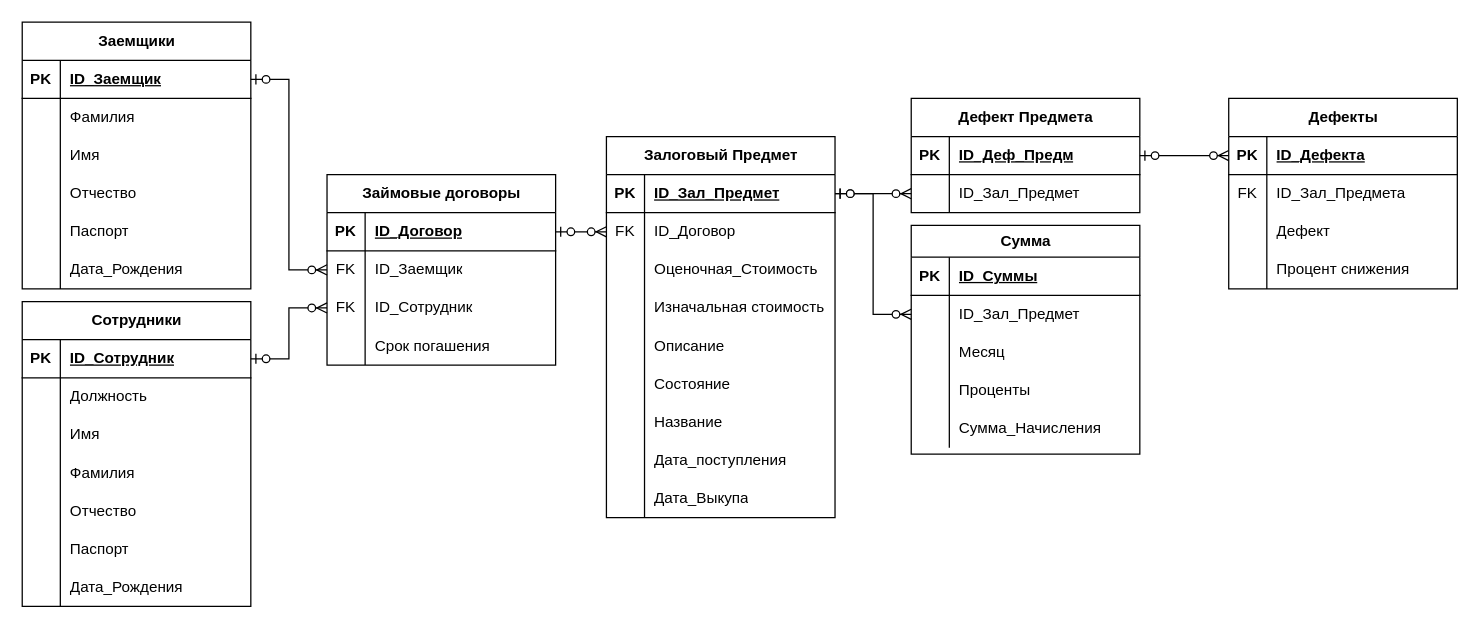
This is bsbd.drawio from 1DeMeNToR1/RocketModUpdater_32, a draw.io file, before an edit. Source tidied: cells renumbered, new cells numbered last; positions are measured from the earlier drawing's top-left corner, leaving out a move shared by most shapes. Both pictures are drawn from the tidied source at 127%, with x=0, y=0 at pixel (22, 22).
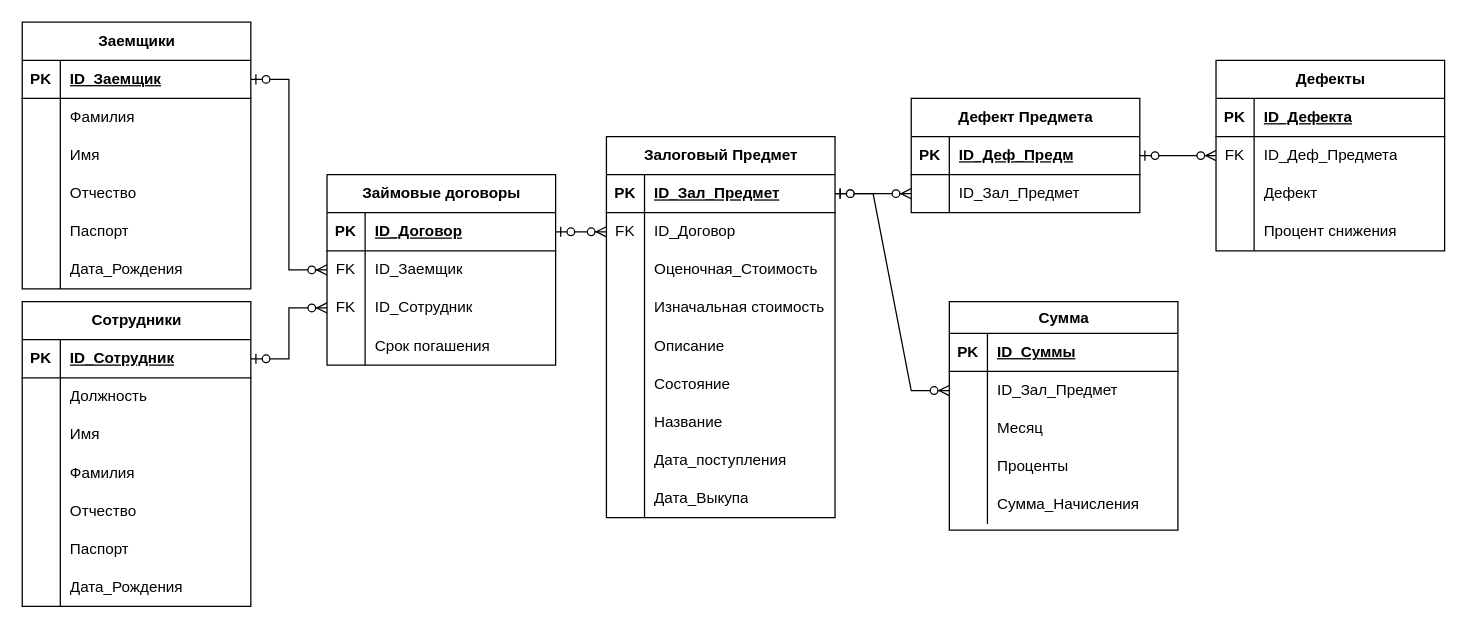
The same diagram, later.

Unchanged cells that the change refers to:
```xml
<mxCell id="87" style="shape=tableRow;horizontal=0;startSize=0;swimlaneHead=0;swimlaneBody=0;fillColor=none;points=[[0,0.5],[1,0.5]];portConstraint=eastwest;top=0;left=0;right=0;bottom=1;" parent="86" vertex="1">
  <mxGeometry y="30" width="180" height="30" as="geometry" />
</mxCell>
<mxCell id="111" style="shape=tableRow;horizontal=0;startSize=0;swimlaneHead=0;swimlaneBody=0;fillColor=none;points=[[0,0.5],[1,0.5]];portConstraint=eastwest;top=0;left=0;right=0;bottom=1;" parent="110" vertex="1">
  <mxGeometry y="30" width="180" height="30" as="geometry" />
</mxCell>
<mxCell id="114" style="shape=tableRow;horizontal=0;startSize=0;swimlaneHead=0;swimlaneBody=0;fillColor=none;points=[[0,0.5],[1,0.5]];portConstraint=eastwest;top=0;left=0;right=0;bottom=0;" parent="110" vertex="1">
  <mxGeometry y="60" width="180" height="30" as="geometry" />
</mxCell>
```

What changed in the source:
```diff
@@
     <mxCell id="93" value="Сумма" style="shape=table;startSize=25;childLayout=tableLayout;rowLines=0;fontStyle=1;align=center;html=1;" parent="1" vertex="1">
-      <mxGeometry x="700" y="160" width="180" height="180" as="geometry" />
+      <mxGeometry x="730" y="220" width="180" height="180" as="geometry" />
     </mxCell>
@@
     <mxCell id="110" value="Дефекты" style="shape=table;startSize=30;childLayout=tableLayout;rowLines=0;fontStyle=1;align=center;html=1;" parent="1" vertex="1">
-      <mxGeometry x="950" y="60" width="180" height="150" as="geometry" />
+      <mxGeometry x="940" y="30" width="180" height="150" as="geometry" />
     </mxCell>
@@
-    <mxCell id="116" value="ID_Зал_Предмета" style="shape=partialRectangle;fillColor=none;top=0;left=0;bottom=0;right=0;align=left;spacingLeft=6;overflow=hidden;whiteSpace=wrap;html=1;" parent="114" vertex="1">
+    <mxCell id="116" value="ID_Деф_Предмета" style="shape=partialRectangle;fillColor=none;top=0;left=0;bottom=0;right=0;align=left;spacingLeft=6;overflow=hidden;whiteSpace=wrap;html=1;" parent="114" vertex="1">
       <mxGeometry x="30" width="150" height="30" as="geometry" />
     </mxCell>
@@
-    <mxCell id="125" style="edgeStyle=entityRelationEdgeStyle;fontSize=12;html=1;endArrow=ERzeroToMany;startArrow=ERzeroToOne;rounded=0;exitX=1;exitY=0.5;exitDx=0;exitDy=0;entryX=0;entryY=0.5;entryDx=0;entryDy=0;" parent="1" edge="1" source="87" target="111">
+    <mxCell id="125" style="edgeStyle=entityRelationEdgeStyle;fontSize=12;html=1;endArrow=ERzeroToMany;startArrow=ERzeroToOne;rounded=0;exitX=1;exitY=0.5;exitDx=0;exitDy=0;entryX=0;entryY=0.5;entryDx=0;entryDy=0;" parent="1" edge="1" source="87" target="114">
       <mxGeometry relative="1" as="geometry" />
     </mxCell>
```
